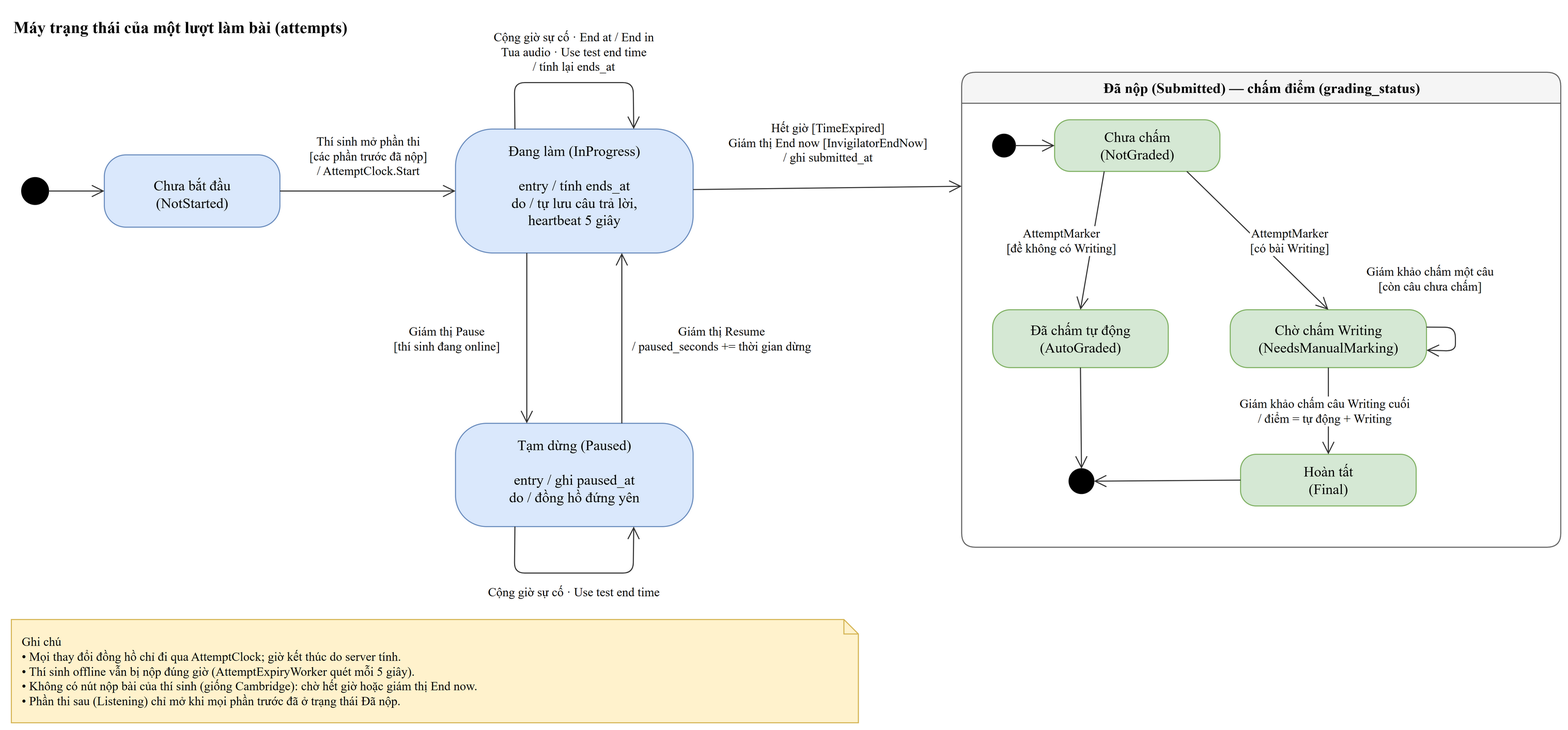
The draw.io diagram thesis/diagrams/attempt-state.drawio.png in trhlow/cambridge-exam-prep, before a commit. Source tidied: cells renumbered, new cells last; positions are measured from the earlier drawing's top-left corner, leaving out a move shared by most shapes.
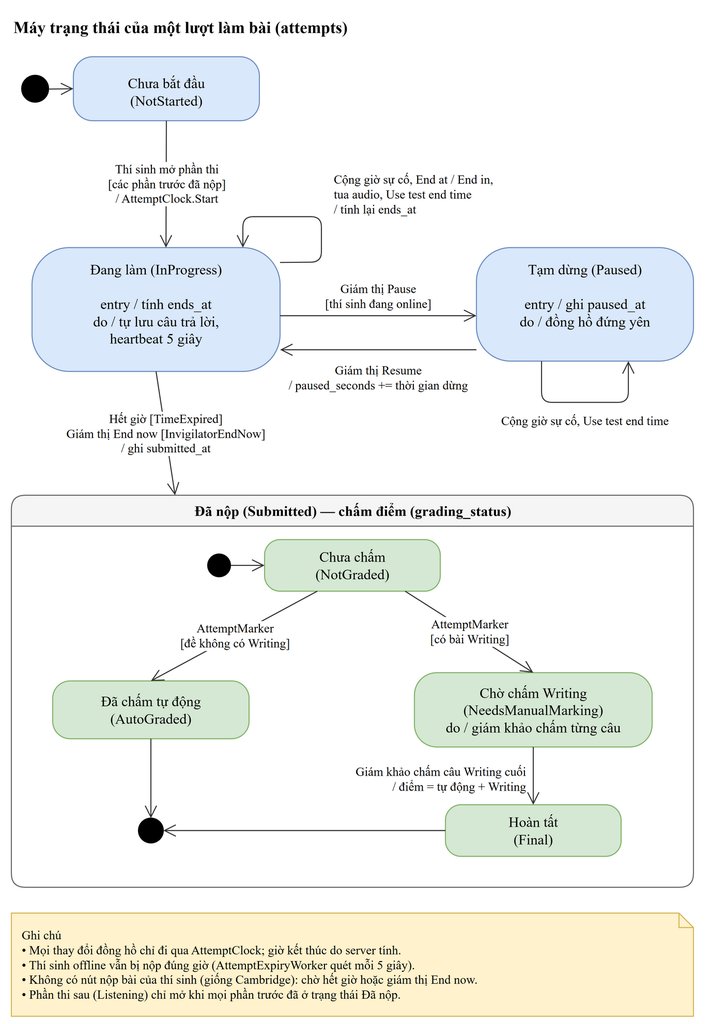
After the commit.

What changed in the source:
```diff
@@ -3,117 +3,108 @@
     <mxCell id="0" />
     <mxCell id="1" parent="0" />
     <mxCell id="2" value="Máy trạng thái của một lượt làm bài (attempts)" style="text;html=1;fontFamily=Times New Roman;fontSize=14;fontSize=16;fontStyle=1;align=left;" parent="1" vertex="1">
-      <mxGeometry width="600" height="30" as="geometry" />
+      <mxGeometry x="-20" width="600" height="30" as="geometry" />
     </mxCell>
     <mxCell id="3" style="ellipse;html=1;fillColor=#000000;strokeColor=#000000;" parent="1" vertex="1">
-      <mxGeometry x="10" y="162" width="26" height="26" as="geometry" />
+      <mxGeometry x="-10" y="63" width="26" height="26" as="geometry" />
     </mxCell>
     <mxCell id="4" value="Chưa bắt đầu&#10;(NotStarted)" style="rounded=1;arcSize=30;whiteSpace=wrap;html=1;fontFamily=Times New Roman;fontSize=14;fillColor=#dae8fc;strokeColor=#6c8ebf;verticalAlign=top;spacingTop=6;verticalAlign=middle;" parent="1" vertex="1">
-      <mxGeometry x="90" y="140" width="170" height="70" as="geometry" />
+      <mxGeometry x="40" y="45" width="180" height="62" as="geometry" />
     </mxCell>
     <mxCell id="5" value="Đang làm (InProgress)&#10;&#10;entry / tính ends_at&#10;do / tự lưu câu trả lời,&#10;heartbeat 5 giây" style="rounded=1;arcSize=30;whiteSpace=wrap;html=1;fontFamily=Times New Roman;fontSize=14;fillColor=#dae8fc;strokeColor=#6c8ebf;verticalAlign=top;spacingTop=6;" parent="1" vertex="1">
-      <mxGeometry x="430" y="115" width="230" height="120" as="geometry" />
+      <mxGeometry y="230" width="240" height="120" as="geometry" />
     </mxCell>
     <mxCell id="6" value="Tạm dừng (Paused)&#10;&#10;entry / ghi paused_at&#10;do / đồng hồ đứng yên" style="rounded=1;arcSize=30;whiteSpace=wrap;html=1;fontFamily=Times New Roman;fontSize=14;fillColor=#dae8fc;strokeColor=#6c8ebf;verticalAlign=top;spacingTop=6;" parent="1" vertex="1">
-      <mxGeometry x="430" y="400" width="230" height="100" as="geometry" />
+      <mxGeometry x="430" y="230" width="210" height="110" as="geometry" />
     </mxCell>
     <mxCell id="7" style="endArrow=open;endSize=10;html=1;rounded=1;strokeColor=#333333;fontFamily=Times New Roman;fontSize=14;fontSize=12;labelBackgroundColor=#ffffff;" parent="1" edge="1" source="3" target="4">
       <mxGeometry relative="1" as="geometry" />
     </mxCell>
-    <mxCell id="8" value="Thí sinh mở phần thi&#10;[các phần trước đã nộp]&#10;/ AttemptClock.Start" style="endArrow=open;endSize=10;html=1;rounded=1;strokeColor=#333333;fontFamily=Times New Roman;fontSize=14;fontSize=12;labelBackgroundColor=#ffffff;" parent="1" edge="1" source="4" target="5">
-      <mxGeometry relative="1" as="geometry">
-        <mxPoint y="-34" as="offset" />
-      </mxGeometry>
+    <mxCell id="8" value="Thí sinh mở phần thi&#10;[các phần trước đã nộp]&#10;/ AttemptClock.Start" style="endArrow=open;endSize=10;html=1;rounded=1;strokeColor=#333333;fontFamily=Times New Roman;fontSize=14;fontSize=12;labelBackgroundColor=#ffffff;exitX=0.5;exitY=1;entryX=0.54;entryY=0;" parent="1" edge="1" source="4" target="5">
+      <mxGeometry relative="1" as="geometry" />
     </mxCell>
-    <mxCell id="9" value="Giám thị Pause&#10;[thí sinh đang online]" style="endArrow=open;endSize=10;html=1;rounded=1;strokeColor=#333333;fontFamily=Times New Roman;fontSize=14;fontSize=12;labelBackgroundColor=#ffffff;exitX=0.3;exitY=1;entryX=0.3;entryY=0;" parent="1" edge="1" source="5" target="6">
+    <mxCell id="9" style="endArrow=open;endSize=10;html=1;rounded=1;strokeColor=#333333;fontFamily=Times New Roman;fontSize=14;fontSize=12;labelBackgroundColor=#ffffff;exitX=1;exitY=0.12;entryX=0.85;entryY=0;" parent="1" edge="1" source="5" target="5">
       <mxGeometry relative="1" as="geometry">
-        <mxPoint x="-78" as="offset" />
+        <Array as="points">
+          <mxPoint x="280" y="244" />
+          <mxPoint x="280" y="200" />
+          <mxPoint x="204" y="200" />
+        </Array>
       </mxGeometry>
     </mxCell>
+    <mxCell id="29" value="Cộng giờ sự cố, End at / End in,&#10;tua audio, Use test end time&#10;/ tính lại ends_at" style="text;html=1;whiteSpace=wrap;fontFamily=Times New Roman;fontSize=14;fontSize=12;align=left;verticalAlign=top;" parent="1" vertex="1">
+      <mxGeometry x="290" y="150" width="230" height="60" as="geometry" />
+    </mxCell>
+    <mxCell id="11" style="endArrow=open;endSize=10;html=1;rounded=1;strokeColor=#333333;fontFamily=Times New Roman;fontSize=14;fontSize=12;labelBackgroundColor=#ffffff;exitX=1;exitY=0.55;entryX=0;entryY=0.6;" parent="1" edge="1" source="5" target="6">
+      <mxGeometry relative="1" as="geometry" />
+    </mxCell>
+    <mxCell id="30" value="Giám thị Pause&#10;[thí sinh đang online]" style="text;html=1;whiteSpace=wrap;fontFamily=Times New Roman;fontSize=14;fontSize=12;align=left;verticalAlign=top;align=center;" parent="1" vertex="1">
+      <mxGeometry x="250" y="256" width="170" height="36" as="geometry" />
+    </mxCell>
+    <mxCell id="31" style="endArrow=open;endSize=10;html=1;rounded=1;strokeColor=#333333;fontFamily=Times New Roman;fontSize=14;fontSize=12;labelBackgroundColor=#ffffff;exitX=0;exitY=0.9;entryX=1;entryY=0.825;" parent="1" edge="1" source="6" target="5">
+      <mxGeometry relative="1" as="geometry" />
+    </mxCell>
-    <mxCell id="10" value="Giám thị Resume&#10;/ paused_seconds += thời gian dừng" style="endArrow=open;endSize=10;html=1;rounded=1;strokeColor=#333333;fontFamily=Times New Roman;fontSize=14;fontSize=12;labelBackgroundColor=#ffffff;exitX=0.7;exitY=0;entryX=0.7;entryY=1;" parent="1" edge="1" source="6" target="5">
-      <mxGeometry relative="1" as="geometry">
-        <mxPoint x="96" as="offset" />
-      </mxGeometry>
+    <mxCell id="10" value="Giám thị Resume&#10;/ paused_seconds += thời gian dừng" style="text;html=1;whiteSpace=wrap;fontFamily=Times New Roman;fontSize=14;fontSize=12;align=left;verticalAlign=top;align=center;" parent="1" vertex="1">
+      <mxGeometry x="240" y="335" width="190" height="36" as="geometry" />
     </mxCell>
-    <mxCell id="11" value="Cộng giờ sự cố · End at / End in&#10;Tua audio · Use test end time&#10;/ tính lại ends_at" style="endArrow=open;endSize=10;html=1;rounded=1;strokeColor=#333333;fontFamily=Times New Roman;fontSize=14;fontSize=12;labelBackgroundColor=#ffffff;exitX=0.25;exitY=0;entryX=0.75;entryY=0;" parent="1" edge="1" source="5" target="5">
-      <mxGeometry relative="1" as="geometry">
-        <Array as="points">
-          <mxPoint x="487" y="70" />
-          <mxPoint x="602" y="70" />
-        </Array>
-        <mxPoint y="-30" as="offset" />
-      </mxGeometry>
-    </mxCell>
-    <mxCell id="12" value="Cộng giờ sự cố · Use test end time" style="endArrow=open;endSize=10;html=1;rounded=1;strokeColor=#333333;fontFamily=Times New Roman;fontSize=14;fontSize=12;labelBackgroundColor=#ffffff;exitX=0.25;exitY=1;entryX=0.75;entryY=1;" parent="1" edge="1" source="6" target="6">
+    <mxCell id="12" style="endArrow=open;endSize=10;html=1;rounded=1;strokeColor=#333333;fontFamily=Times New Roman;fontSize=14;fontSize=12;labelBackgroundColor=#ffffff;exitX=0.3;exitY=1;entryX=0.7;entryY=1;" parent="1" edge="1" source="6" target="6">
       <mxGeometry relative="1" as="geometry">
         <Array as="points">
-          <mxPoint x="487" y="545" />
-          <mxPoint x="602" y="545" />
+          <mxPoint x="493" y="380" />
+          <mxPoint x="577" y="380" />
         </Array>
-        <mxPoint y="18" as="offset" />
       </mxGeometry>
     </mxCell>
-    <mxCell id="13" value="Đã nộp (Submitted) — chấm điểm (grading_status)" style="swimlane;rounded=1;html=1;fontFamily=Times New Roman;fontSize=14;fontStyle=1;startSize=30;fillColor=#f5f5f5;strokeColor=#666666;" parent="1" vertex="1">
-      <mxGeometry x="920" y="60" width="580" height="460" as="geometry" />
-    </mxCell>
-    <mxCell id="14" value="Hết giờ [TimeExpired]&#10;Giám thị End now [InvigilatorEndNow]&#10;/ ghi submitted_at" style="endArrow=open;endSize=10;html=1;rounded=1;strokeColor=#333333;fontFamily=Times New Roman;fontSize=14;fontSize=12;labelBackgroundColor=#ffffff;entryX=0;entryY=0.24;" parent="1" edge="1" source="5" target="13">
-      <mxGeometry relative="1" as="geometry">
-        <mxPoint y="-44" as="offset" />
-      </mxGeometry>
-    </mxCell>
-    <mxCell id="15" style="ellipse;html=1;fillColor=#000000;strokeColor=#000000;" parent="13" vertex="1">
-      <mxGeometry x="30" y="60" width="22" height="22" as="geometry" />
-    </mxCell>
-    <mxCell id="16" value="Chưa chấm&#10;(NotGraded)" style="rounded=1;arcSize=30;whiteSpace=wrap;html=1;fontFamily=Times New Roman;fontSize=14;fillColor=#d5e8d4;strokeColor=#82b366;" parent="13" vertex="1">
-      <mxGeometry x="90" y="46" width="160" height="50" as="geometry" />
+    <mxCell id="16" value="Cộng giờ sự cố, Use test end time" style="text;html=1;whiteSpace=wrap;fontFamily=Times New Roman;fontSize=14;fontSize=12;align=left;verticalAlign=top;align=center;" parent="1" vertex="1">
+      <mxGeometry x="420" y="384" width="230" height="22" as="geometry" />
     </mxCell>
-    <mxCell id="17" value="Đã chấm tự động&#10;(AutoGraded)" style="rounded=1;arcSize=30;whiteSpace=wrap;html=1;fontFamily=Times New Roman;fontSize=14;fillColor=#d5e8d4;strokeColor=#82b366;" parent="13" vertex="1">
-      <mxGeometry x="30" y="230" width="170" height="56" as="geometry" />
+    <mxCell id="17" value="Đã nộp (Submitted) — chấm điểm (grading_status)" style="swimlane;rounded=1;html=1;fontFamily=Times New Roman;fontSize=14;fontStyle=1;startSize=30;fillColor=#f5f5f5;strokeColor=#666666;" parent="1" vertex="1">
+      <mxGeometry x="-20" y="470" width="660" height="380" as="geometry" />
     </mxCell>
-    <mxCell id="18" value="Chờ chấm Writing&#10;(NeedsManualMarking)" style="rounded=1;arcSize=30;whiteSpace=wrap;html=1;fontFamily=Times New Roman;fontSize=14;fillColor=#d5e8d4;strokeColor=#82b366;" parent="13" vertex="1">
-      <mxGeometry x="260" y="230" width="190" height="56" as="geometry" />
-    </mxCell>
+    <mxCell id="14" value="Hết giờ [TimeExpired]&#10;Giám thị End now [InvigilatorEndNow]&#10;/ ghi submitted_at" style="endArrow=open;endSize=10;html=1;rounded=1;strokeColor=#333333;fontFamily=Times New Roman;fontSize=14;fontSize=12;labelBackgroundColor=#ffffff;exitX=0.5;exitY=1;entryX=0.24;entryY=0;" parent="1" edge="1" source="5" target="17">
+      <mxGeometry relative="1" as="geometry" />
+    </mxCell>
-    <mxCell id="19" value="Hoàn tất&#10;(Final)" style="rounded=1;arcSize=30;whiteSpace=wrap;html=1;fontFamily=Times New Roman;fontSize=14;fillColor=#d5e8d4;strokeColor=#82b366;" parent="13" vertex="1">
-      <mxGeometry x="270" y="370" width="170" height="50" as="geometry" />
+    <mxCell id="19" style="ellipse;html=1;fillColor=#000000;strokeColor=#000000;" parent="17" vertex="1">
+      <mxGeometry x="190" y="57" width="22" height="22" as="geometry" />
     </mxCell>
-    <mxCell id="20" style="ellipse;html=1;shape=doubleEllipse;fillColor=#000000;strokeColor=#000000;" parent="13" vertex="1">
-      <mxGeometry x="104" y="384" width="24" height="24" as="geometry" />
+    <mxCell id="20" value="Chưa chấm&#10;(NotGraded)" style="rounded=1;arcSize=30;whiteSpace=wrap;html=1;fontFamily=Times New Roman;fontSize=14;fillColor=#d5e8d4;strokeColor=#82b366;" parent="17" vertex="1">
+      <mxGeometry x="245" y="43" width="170" height="50" as="geometry" />
     </mxCell>
-    <mxCell id="21" style="endArrow=open;endSize=10;html=1;rounded=1;strokeColor=#333333;fontFamily=Times New Roman;fontSize=14;fontSize=12;labelBackgroundColor=#ffffff;" parent="13" edge="1" source="15" target="16">
-      <mxGeometry relative="1" as="geometry" />
-    </mxCell>
-    <mxCell id="22" value="AttemptMarker&#10;[đề không có Writing]" style="endArrow=open;endSize=10;html=1;rounded=1;strokeColor=#333333;fontFamily=Times New Roman;fontSize=14;fontSize=12;labelBackgroundColor=#ffffff;exitX=0.3;exitY=1;entryX=0.5;entryY=0;" parent="13" edge="1" source="16" target="17">
-      <mxGeometry relative="1" as="geometry">
-        <mxPoint x="-30" as="offset" />
-      </mxGeometry>
-    </mxCell>
-    <mxCell id="23" value="AttemptMarker&#10;[có bài Writing]" style="endArrow=open;endSize=10;html=1;rounded=1;strokeColor=#333333;fontFamily=Times New Roman;fontSize=14;fontSize=12;labelBackgroundColor=#ffffff;exitX=0.8;exitY=1;entryX=0.5;entryY=0;" parent="13" edge="1" source="16" target="18">
-      <mxGeometry relative="1" as="geometry">
-        <mxPoint x="30" as="offset" />
-      </mxGeometry>
-    </mxCell>
-    <mxCell id="24" value="Giám khảo chấm một câu&#10;[còn câu chưa chấm]" style="endArrow=open;endSize=10;html=1;rounded=1;strokeColor=#333333;fontFamily=Times New Roman;fontSize=14;fontSize=12;labelBackgroundColor=#ffffff;exitX=1;exitY=0.3;entryX=1;entryY=0.7;" parent="13" edge="1" source="18" target="18">
-      <mxGeometry relative="1" as="geometry">
-        <Array as="points">
-          <mxPoint x="478" y="247" />
-          <mxPoint x="478" y="270" />
-        </Array>
-        <mxPoint x="-25" y="-58" as="offset" />
-      </mxGeometry>
-    </mxCell>
+    <mxCell id="32" value="Đã chấm tự động&#10;(AutoGraded)" style="rounded=1;arcSize=30;whiteSpace=wrap;html=1;fontFamily=Times New Roman;fontSize=14;fillColor=#d5e8d4;strokeColor=#82b366;" parent="17" vertex="1">
+      <mxGeometry x="40" y="180" width="190" height="56" as="geometry" />
+    </mxCell>
+    <mxCell id="33" value="Chờ chấm Writing&#10;(NeedsManualMarking)&#10;do / giám khảo chấm từng câu" style="rounded=1;arcSize=30;whiteSpace=wrap;html=1;fontFamily=Times New Roman;fontSize=14;fillColor=#d5e8d4;strokeColor=#82b366;" parent="17" vertex="1">
+      <mxGeometry x="390" y="172" width="230" height="72" as="geometry" />
+    </mxCell>
+    <mxCell id="34" value="Hoàn tất&#10;(Final)" style="rounded=1;arcSize=30;whiteSpace=wrap;html=1;fontFamily=Times New Roman;fontSize=14;fillColor=#d5e8d4;strokeColor=#82b366;" parent="17" vertex="1">
+      <mxGeometry x="420" y="300" width="170" height="50" as="geometry" />
+    </mxCell>
+    <mxCell id="35" style="ellipse;html=1;shape=doubleEllipse;fillColor=#000000;strokeColor=#000000;" parent="17" vertex="1">
+      <mxGeometry x="123" y="313" width="24" height="24" as="geometry" />
+    </mxCell>
-    <mxCell id="25" value="Giám khảo chấm câu Writing cuối&#10;/ điểm = tự động + Writing" style="endArrow=open;endSize=10;html=1;rounded=1;strokeColor=#333333;fontFamily=Times New Roman;fontSize=14;fontSize=12;labelBackgroundColor=#ffffff;" parent="13" edge="1" source="18" target="19">
-      <mxGeometry relative="1" as="geometry">
-        <mxPoint x="-4" as="offset" />
-      </mxGeometry>
+    <mxCell id="25" style="endArrow=open;endSize=10;html=1;rounded=1;strokeColor=#333333;fontFamily=Times New Roman;fontSize=14;fontSize=12;labelBackgroundColor=#ffffff;" parent="17" edge="1" source="19" target="20">
+      <mxGeometry relative="1" as="geometry" />
     </mxCell>
-    <mxCell id="26" style="endArrow=open;endSize=10;html=1;rounded=1;strokeColor=#333333;fontFamily=Times New Roman;fontSize=14;fontSize=12;labelBackgroundColor=#ffffff;exitX=0.5;exitY=1;entryX=0.5;entryY=0;" parent="13" edge="1" source="17" target="20">
+    <mxCell id="26" value="AttemptMarker&#10;[đề không có Writing]" style="endArrow=open;endSize=10;html=1;rounded=1;strokeColor=#333333;fontFamily=Times New Roman;fontSize=14;fontSize=12;labelBackgroundColor=#ffffff;exitX=0.3;exitY=1;entryX=0.5;entryY=0;" parent="17" edge="1" source="20" target="32">
       <mxGeometry relative="1" as="geometry" />
     </mxCell>
-    <mxCell id="27" style="endArrow=open;endSize=10;html=1;rounded=1;strokeColor=#333333;fontFamily=Times New Roman;fontSize=14;fontSize=12;labelBackgroundColor=#ffffff;exitX=0;exitY=0.5;entryX=1;entryY=0.5;" parent="13" edge="1" source="19" target="20">
+    <mxCell id="27" value="AttemptMarker&#10;[có bài Writing]" style="endArrow=open;endSize=10;html=1;rounded=1;strokeColor=#333333;fontFamily=Times New Roman;fontSize=14;fontSize=12;labelBackgroundColor=#ffffff;exitX=0.8;exitY=1;entryX=0.5;entryY=0;" parent="17" edge="1" source="20" target="33">
       <mxGeometry relative="1" as="geometry" />
     </mxCell>
+    <mxCell id="36" style="endArrow=open;endSize=10;html=1;rounded=1;strokeColor=#333333;fontFamily=Times New Roman;fontSize=14;fontSize=12;labelBackgroundColor=#ffffff;" parent="17" edge="1" source="33" target="34">
+      <mxGeometry relative="1" as="geometry" />
+    </mxCell>
+    <mxCell id="37" value="Giám khảo chấm câu Writing cuối&#10;/ điểm = tự động + Writing" style="text;html=1;whiteSpace=wrap;fontFamily=Times New Roman;fontSize=14;fontSize=12;align=left;verticalAlign=top;align=right;" parent="17" vertex="1">
+      <mxGeometry x="200" y="254" width="300" height="36" as="geometry" />
+    </mxCell>
+    <mxCell id="38" style="endArrow=open;endSize=10;html=1;rounded=1;strokeColor=#333333;fontFamily=Times New Roman;fontSize=14;fontSize=12;labelBackgroundColor=#ffffff;exitX=0.5;exitY=1;entryX=0.5;entryY=0;" parent="17" edge="1" source="32" target="35">
+      <mxGeometry relative="1" as="geometry" />
+    </mxCell>
+    <mxCell id="39" style="endArrow=open;endSize=10;html=1;rounded=1;strokeColor=#333333;fontFamily=Times New Roman;fontSize=14;fontSize=12;labelBackgroundColor=#ffffff;exitX=0;exitY=0.5;entryX=1;entryY=0.5;" parent="17" edge="1" source="34" target="35">
+      <mxGeometry relative="1" as="geometry" />
+    </mxCell>
     <mxCell id="28" value="Ghi chú&#10;• Mọi thay đổi đồng hồ chỉ đi qua AttemptClock; giờ kết thúc do server tính.&#10;• Thí sinh offline vẫn bị nộp đúng giờ (AttemptExpiryWorker quét mỗi 5 giây).&#10;• Không có nút nộp bài của thí sinh (giống Cambridge): chờ hết giờ hoặc giám thị End now.&#10;• Phần thi sau (Listening) chỉ mở khi mọi phần trước đã ở trạng thái Đã nộp." style="shape=note;whiteSpace=wrap;html=1;size=14;align=left;spacingLeft=8;fontFamily=Times New Roman;fontSize=14;fontSize=12;fillColor=#fff2cc;strokeColor=#d6b656;" parent="1" vertex="1">
-      <mxGeometry y="590" width="820" height="100" as="geometry" />
+      <mxGeometry x="-20" y="875" width="660" height="100" as="geometry" />
     </mxCell>
   </root>
 </mxGraphModel>
```
